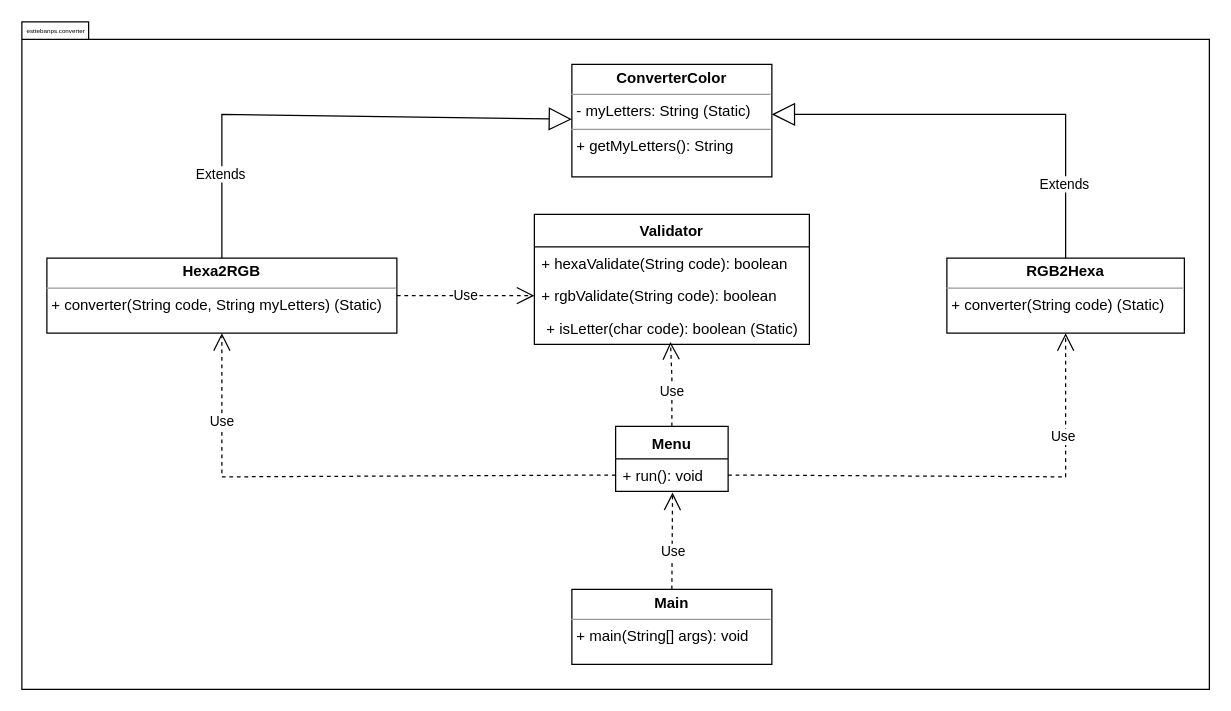
Above: UMLDiagrama.drawio in esttebanps/Hexa2RGB (draw.io), before the change. Source tidied: cells renumbered, new cells numbered last; positions are measured from the earlier drawing's top-left corner, leaving out a move shared by most shapes. Both pictures are drawn from the tidied source at 125%, with x=0, y=0 at pixel (21, 21).
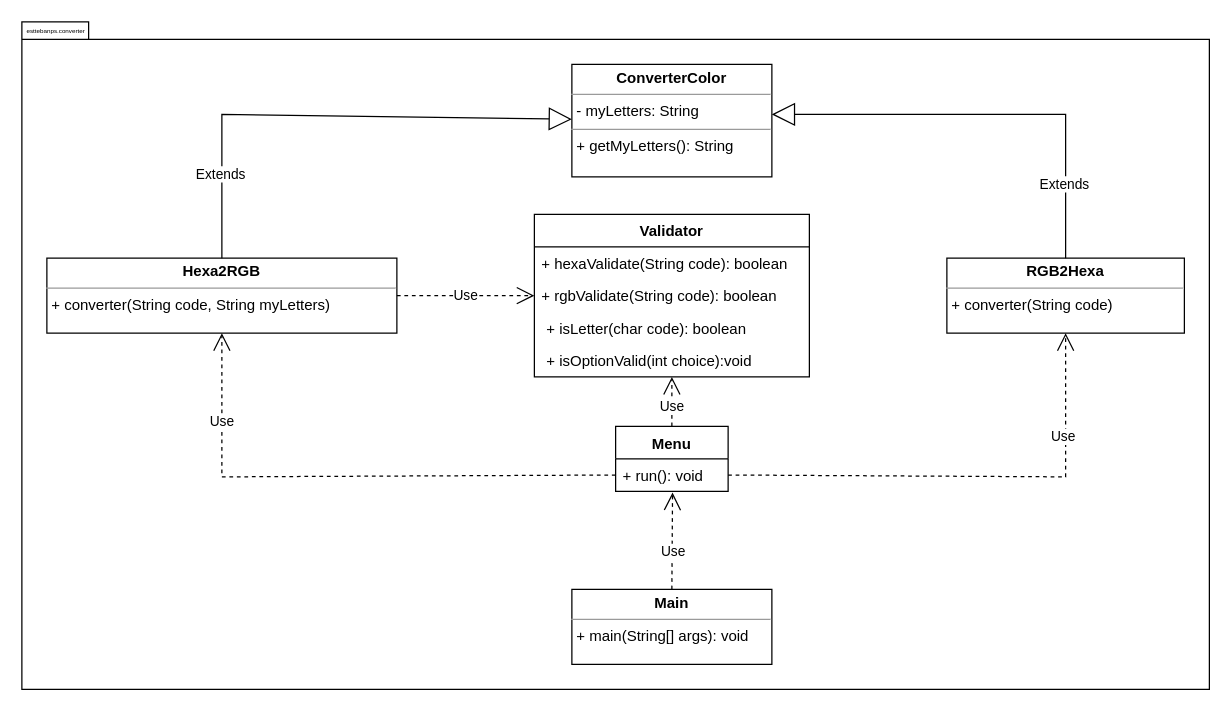
After the change.

The change refers to these unchanged cells:
```xml
<mxCell id="16" value="Menu" style="swimlane;fontStyle=1;align=center;verticalAlign=top;horizontal=1;startSize=26;whiteSpace=wrap;html=1;" parent="1" vertex="1">
  <mxGeometry x="475" y="323.5" width="90" height="52" as="geometry" />
</mxCell>
```

Diff of the diagram source:
```diff
@@
-    <mxCell id="3" value="&lt;p style=&quot;margin:0px;margin-top:4px;text-align:center;&quot;&gt;&lt;b&gt;ConverterColor&lt;/b&gt;&lt;/p&gt;&lt;hr size=&quot;1&quot;&gt;&lt;p style=&quot;margin:0px;margin-left:4px;&quot;&gt;- myLetters&lt;span style=&quot;background-color: initial;&quot;&gt;: String (Static)&lt;/span&gt;&lt;/p&gt;&lt;hr size=&quot;1&quot;&gt;&lt;p style=&quot;margin:0px;margin-left:4px;&quot;&gt;+&amp;nbsp;getMyLetters&lt;span style=&quot;background-color: initial;&quot;&gt;(): String&lt;/span&gt;&lt;/p&gt;" style="verticalAlign=top;align=left;overflow=fill;html=1;whiteSpace=wrap;" parent="1" vertex="1">
+    <mxCell id="3" value="&lt;p style=&quot;margin:0px;margin-top:4px;text-align:center;&quot;&gt;&lt;b&gt;ConverterColor&lt;/b&gt;&lt;/p&gt;&lt;hr size=&quot;1&quot;&gt;&lt;p style=&quot;margin:0px;margin-left:4px;&quot;&gt;- myLetters&lt;span style=&quot;background-color: initial;&quot;&gt;: String&lt;/span&gt;&lt;/p&gt;&lt;hr size=&quot;1&quot;&gt;&lt;p style=&quot;margin:0px;margin-left:4px;&quot;&gt;+&amp;nbsp;getMyLetters&lt;span style=&quot;background-color: initial;&quot;&gt;(): String&lt;/span&gt;&lt;/p&gt;" style="verticalAlign=top;align=left;overflow=fill;html=1;whiteSpace=wrap;" parent="1" vertex="1">
       <mxGeometry x="440" y="34" width="160" height="90" as="geometry" />
     </mxCell>
-    <mxCell id="4" value="&lt;p style=&quot;margin:0px;margin-top:4px;text-align:center;&quot;&gt;&lt;b&gt;Hexa2RGB&lt;/b&gt;&lt;/p&gt;&lt;hr size=&quot;1&quot;&gt;&lt;p style=&quot;margin:0px;margin-left:4px;&quot;&gt;&lt;/p&gt;&lt;p style=&quot;margin:0px;margin-left:4px;&quot;&gt;&lt;span style=&quot;background-color: initial;&quot;&gt;+ converter(String code, String myLetters) (Static)&lt;/span&gt;&lt;br&gt;&lt;/p&gt;" style="verticalAlign=top;align=left;overflow=fill;html=1;whiteSpace=wrap;" parent="1" vertex="1">
+    <mxCell id="4" value="&lt;p style=&quot;margin:0px;margin-top:4px;text-align:center;&quot;&gt;&lt;b&gt;Hexa2RGB&lt;/b&gt;&lt;/p&gt;&lt;hr size=&quot;1&quot;&gt;&lt;p style=&quot;margin:0px;margin-left:4px;&quot;&gt;&lt;/p&gt;&lt;p style=&quot;margin:0px;margin-left:4px;&quot;&gt;&lt;span style=&quot;background-color: initial;&quot;&gt;+ converter(String code, String myLetters)&lt;/span&gt;&lt;br&gt;&lt;/p&gt;" style="verticalAlign=top;align=left;overflow=fill;html=1;whiteSpace=wrap;" parent="1" vertex="1">
       <mxGeometry x="20" y="189" width="280" height="60" as="geometry" />
     </mxCell>
@@
-    <mxCell id="6" value="&lt;p style=&quot;margin:0px;margin-top:4px;text-align:center;&quot;&gt;&lt;b&gt;RGB2Hexa&lt;/b&gt;&lt;/p&gt;&lt;hr size=&quot;1&quot;&gt;&lt;p style=&quot;margin:0px;margin-left:4px;&quot;&gt;&lt;/p&gt;&lt;p style=&quot;margin:0px;margin-left:4px;&quot;&gt;&lt;span style=&quot;background-color: initial;&quot;&gt;+ converter(String code) (Static)&lt;/span&gt;&lt;br&gt;&lt;/p&gt;" style="verticalAlign=top;align=left;overflow=fill;html=1;whiteSpace=wrap;" parent="1" vertex="1">
+    <mxCell id="6" value="&lt;p style=&quot;margin:0px;margin-top:4px;text-align:center;&quot;&gt;&lt;b&gt;RGB2Hexa&lt;/b&gt;&lt;/p&gt;&lt;hr size=&quot;1&quot;&gt;&lt;p style=&quot;margin:0px;margin-left:4px;&quot;&gt;&lt;/p&gt;&lt;p style=&quot;margin:0px;margin-left:4px;&quot;&gt;&lt;span style=&quot;background-color: initial;&quot;&gt;+ converter(String code)&lt;/span&gt;&lt;br&gt;&lt;/p&gt;" style="verticalAlign=top;align=left;overflow=fill;html=1;whiteSpace=wrap;" parent="1" vertex="1">
       <mxGeometry x="740" y="189" width="190" height="60" as="geometry" />
     </mxCell>
@@
     <mxCell id="12" value="Validator" style="swimlane;fontStyle=1;align=center;verticalAlign=top;horizontal=1;startSize=26;whiteSpace=wrap;html=1;" parent="1" vertex="1">
-      <mxGeometry x="410" y="154" width="220" height="104" as="geometry" />
+      <mxGeometry x="410" y="154" width="220" height="130" as="geometry" />
     </mxCell>
@@
-    <mxCell id="15" value="&lt;p style=&quot;margin: 0px 0px 0px 4px;&quot;&gt;+ isLetter(char&amp;nbsp;&lt;font face=&quot;Helvetica&quot;&gt;code&lt;/font&gt;): boolean (Static)&lt;/p&gt;&lt;div&gt;&lt;span style=&quot;background-color: initial;&quot;&gt;&lt;br&gt;&lt;/span&gt;&lt;/div&gt;" style="text;strokeColor=none;fillColor=none;align=left;verticalAlign=top;spacingLeft=4;spacingRight=4;overflow=hidden;points=[[0,0.5],[1,0.5]];portConstraint=eastwest;whiteSpace=wrap;html=1;" parent="12" vertex="1">
+    <mxCell id="15" value="&lt;p style=&quot;margin: 0px 0px 0px 4px;&quot;&gt;+ isLetter(char&amp;nbsp;&lt;font face=&quot;Helvetica&quot;&gt;code&lt;/font&gt;): boolean&lt;/p&gt;" style="text;strokeColor=none;fillColor=none;align=left;verticalAlign=top;spacingLeft=4;spacingRight=4;overflow=hidden;points=[[0,0.5],[1,0.5]];portConstraint=eastwest;whiteSpace=wrap;html=1;" parent="12" vertex="1">
       <mxGeometry y="78" width="220" height="26" as="geometry" />
     </mxCell>
+    <mxCell id="21" value="&lt;p style=&quot;margin: 0px 0px 0px 4px;&quot;&gt;+ isOptionValid(int choice):void&lt;/p&gt;" style="text;strokeColor=none;fillColor=none;align=left;verticalAlign=top;spacingLeft=4;spacingRight=4;overflow=hidden;whiteSpace=wrap;html=1;" parent="12" vertex="1">
+      <mxGeometry y="104" width="220" height="26" as="geometry" />
+    </mxCell>
@@
-    <mxCell id="19" value="Use" style="endArrow=open;endSize=12;dashed=1;html=1;rounded=0;exitX=0.5;exitY=0;exitDx=0;exitDy=0;entryX=0.495;entryY=0.923;entryDx=0;entryDy=0;entryPerimeter=0;" parent="1" edge="1" source="16" target="15">
+    <mxCell id="19" value="Use" style="endArrow=open;endSize=12;dashed=1;html=1;rounded=0;exitX=0.5;exitY=0;exitDx=0;exitDy=0;" parent="1" edge="1" source="16">
       <mxGeometry x="-0.14" relative="1" as="geometry">
+        <mxPoint x="520" y="284" as="targetPoint" />
         <Array as="points">
           <mxPoint x="520" y="284" />
         </Array>
         <mxPoint y="1" as="offset" />
       </mxGeometry>
     </mxCell>
```
